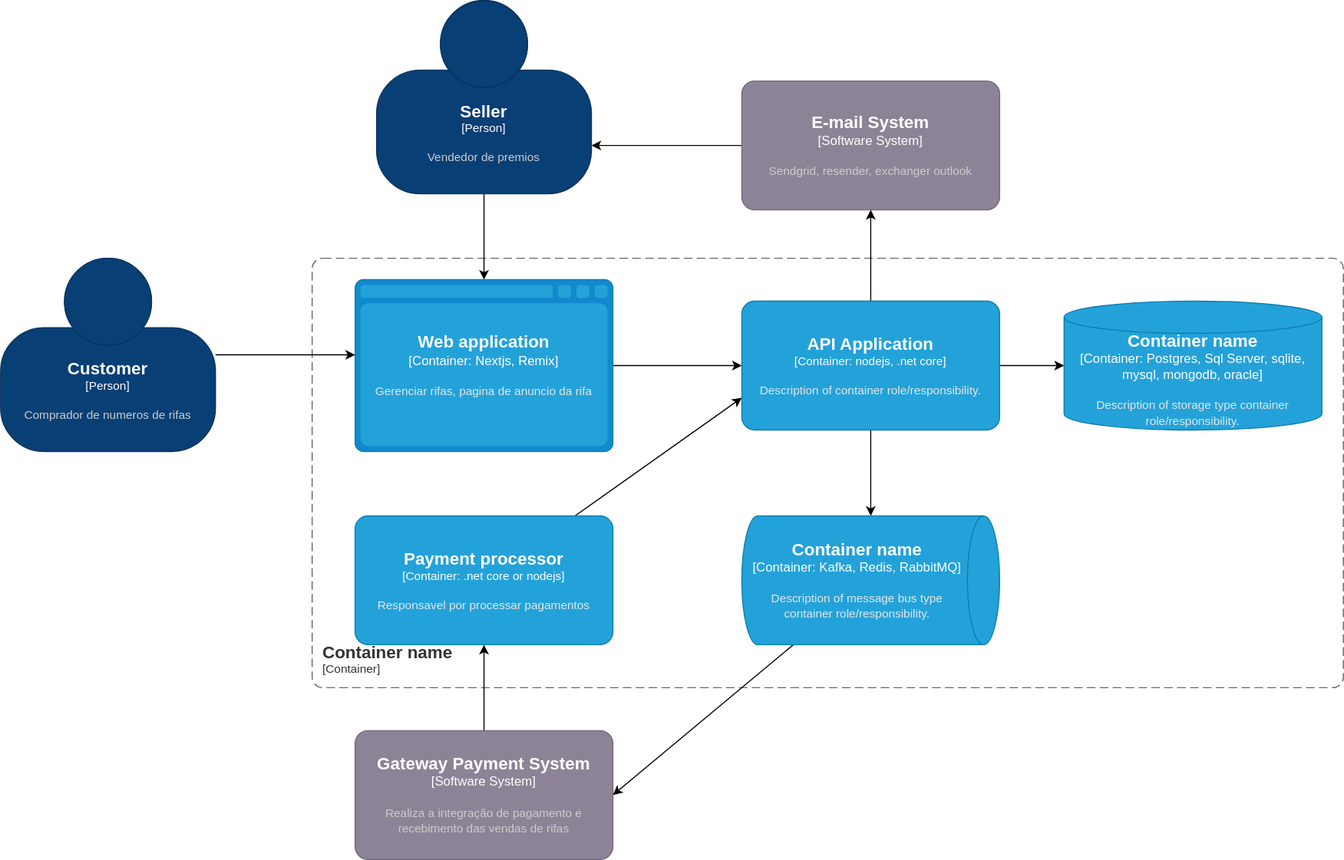
Above: c4.drawio.svg in itorisaias/rifinha (draw.io), before the change. Source tidied: cells renumbered, new cells last; positions are measured from the earlier drawing's top-left corner, leaving out a move shared by most shapes.
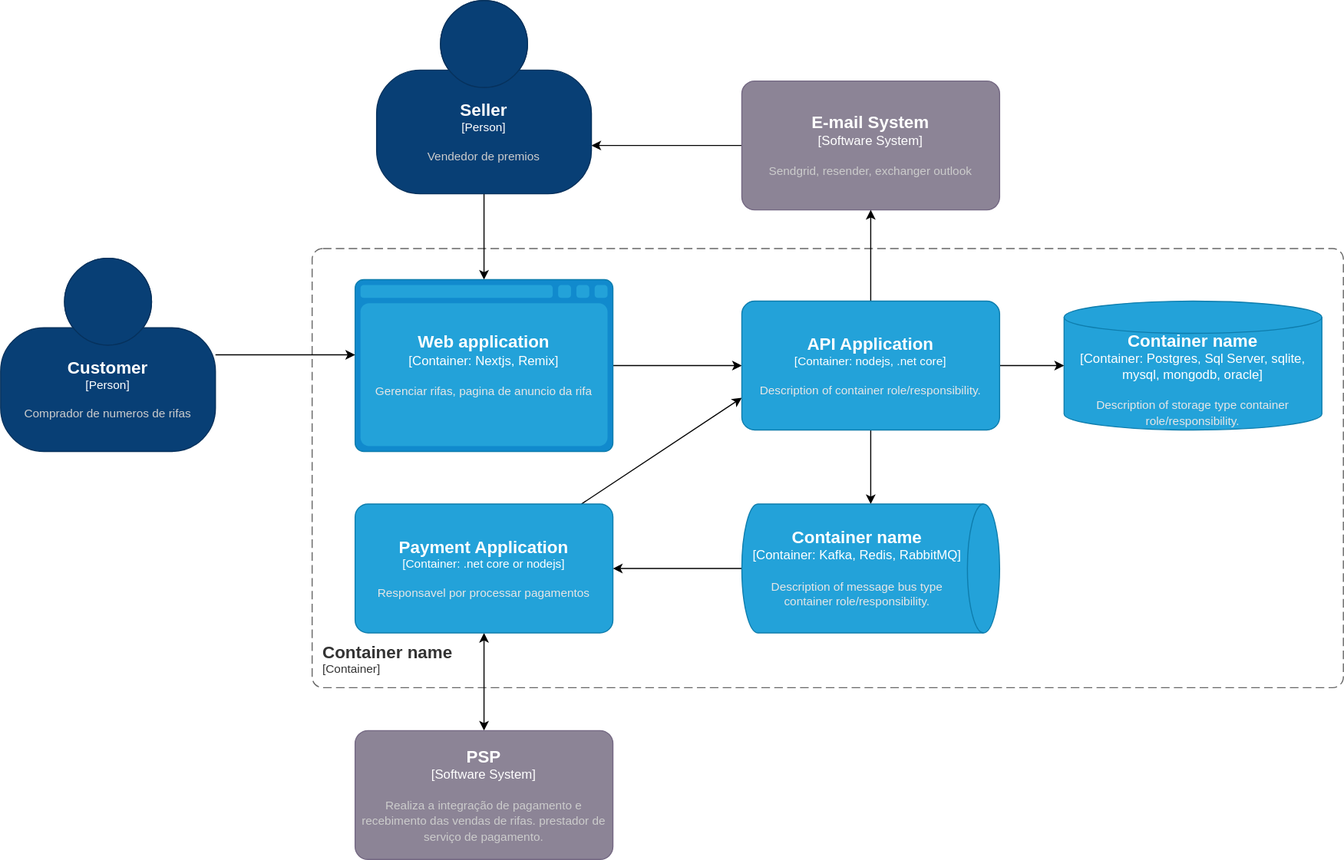
After the change.

The edit, as a diff of the source:
```diff
@@ -4,7 +4,7 @@
     <mxCell id="1" parent="0" />
     <object id="2" label="&lt;font style=&quot;font-size: 16px&quot;&gt;&lt;b&gt;&lt;div style=&quot;text-align: left&quot;&gt;%c4Name%&lt;/div&gt;&lt;/b&gt;&lt;/font&gt;&lt;div style=&quot;text-align: left&quot;&gt;[%c4Application%]&lt;/div&gt;" c4Application="Container" c4Name="Container name" c4Type="ContainerScopeBoundary" placeholders="1">
       <mxCell style="rounded=1;fontSize=11;whiteSpace=wrap;html=1;dashed=1;arcSize=20;fillColor=none;strokeColor=#666666;fontColor=#333333;labelBackgroundColor=none;align=left;verticalAlign=bottom;labelBorderColor=none;spacingTop=0;spacing=10;dashPattern=8 4;perimeter=rectanglePerimeter;noLabel=0;labelPadding=0;absoluteArcSize=1;" parent="1" vertex="1">
-        <mxGeometry x="290" y="240" width="960" height="400" as="geometry" />
+        <mxGeometry x="290" y="231" width="960" height="409" as="geometry" />
       </mxCell>
     </object>
     <mxCell id="3" style="edgeStyle=none;html=1;exitX=0;exitY=0.5;exitDx=0;exitDy=0;exitPerimeter=0;entryX=1;entryY=0.75;entryDx=0;entryDy=0;entryPerimeter=0;startArrow=none;startFill=0;" parent="1" edge="1" source="4" target="9">
@@ -15,10 +15,10 @@
         <mxGeometry x="690" y="75" width="240" height="120" as="geometry" />
       </mxCell>
     </object>
-    <mxCell id="5" style="edgeStyle=none;html=1;entryX=0.5;entryY=1;entryDx=0;entryDy=0;entryPerimeter=0;startArrow=none;startFill=0;" parent="1" edge="1" source="6" target="11">
+    <mxCell id="5" style="edgeStyle=none;html=1;entryX=0.5;entryY=1;entryDx=0;entryDy=0;entryPerimeter=0;startArrow=classic;startFill=1;" parent="1" edge="1" source="6" target="11">
       <mxGeometry relative="1" as="geometry" />
     </mxCell>
-    <object id="6" label="&lt;font style=&quot;font-size: 16px&quot;&gt;&lt;b&gt;%c4Name%&lt;/b&gt;&lt;/font&gt;&lt;div&gt;[%c4Type%]&lt;/div&gt;&lt;br&gt;&lt;div&gt;&lt;font style=&quot;font-size: 11px&quot;&gt;&lt;font color=&quot;#cccccc&quot;&gt;%c4Description%&lt;/font&gt;&lt;/div&gt;" c4Description="Realiza a integração de pagamento e recebimento das vendas de rifas" c4Name="Gateway Payment System" c4Type="Software System" placeholders="1">
+    <object id="6" label="&lt;font style=&quot;font-size: 16px&quot;&gt;&lt;b&gt;%c4Name%&lt;/b&gt;&lt;/font&gt;&lt;div&gt;[%c4Type%]&lt;/div&gt;&lt;br&gt;&lt;div&gt;&lt;font style=&quot;font-size: 11px&quot;&gt;&lt;font color=&quot;#cccccc&quot;&gt;%c4Description%&lt;/font&gt;&lt;/div&gt;" c4Description="Realiza a integração de pagamento e recebimento das vendas de rifas. prestador de serviço de pagamento." c4Name="PSP" c4Type="Software System" placeholders="1">
       <mxCell style="rounded=1;whiteSpace=wrap;html=1;labelBackgroundColor=none;fillColor=#8C8496;fontColor=#ffffff;align=center;arcSize=10;strokeColor=#736782;points=[[0.25,0,0],[0.5,0,0],[0.75,0,0],[1,0.25,0],[1,0.5,0],[1,0.75,0],[0.75,1,0],[0.5,1,0],[0.25,1,0],[0,0.75,0],[0,0.5,0],[0,0.25,0]];" parent="1" vertex="1">
         <mxGeometry x="330" y="680" width="240" height="120" as="geometry" />
       </mxCell>
@@ -39,9 +39,9 @@
     <mxCell id="10" style="edgeStyle=none;html=1;entryX=0;entryY=0.75;entryDx=0;entryDy=0;entryPerimeter=0;startArrow=none;startFill=0;" parent="1" edge="1" source="11" target="17">
       <mxGeometry relative="1" as="geometry" />
     </mxCell>
-    <object id="11" label="&lt;font style=&quot;font-size: 16px&quot;&gt;&lt;b&gt;%c4Name%&lt;/b&gt;&lt;/font&gt;&lt;div&gt;[%c4Type%: %c4Technology%]&lt;/div&gt;&lt;br&gt;&lt;div&gt;&lt;font style=&quot;font-size: 11px&quot;&gt;&lt;font color=&quot;#E6E6E6&quot;&gt;%c4Description%&lt;/font&gt;&lt;/div&gt;" c4Description="Responsavel por processar pagamentos" c4Name="Payment processor" c4Technology=".net core or nodejs" c4Type="Container" placeholders="1">
+    <object id="11" label="&lt;font style=&quot;font-size: 16px&quot;&gt;&lt;b&gt;%c4Name%&lt;/b&gt;&lt;/font&gt;&lt;div&gt;[%c4Type%: %c4Technology%]&lt;/div&gt;&lt;br&gt;&lt;div&gt;&lt;font style=&quot;font-size: 11px&quot;&gt;&lt;font color=&quot;#E6E6E6&quot;&gt;%c4Description%&lt;/font&gt;&lt;/div&gt;" c4Description="Responsavel por processar pagamentos" c4Name="Payment Application" c4Technology=".net core or nodejs" c4Type="Container" placeholders="1">
       <mxCell style="rounded=1;whiteSpace=wrap;html=1;fontSize=11;labelBackgroundColor=none;fillColor=#23A2D9;fontColor=#ffffff;align=center;arcSize=10;strokeColor=#0E7DAD;points=[[0.25,0,0],[0.5,0,0],[0.75,0,0],[1,0.25,0],[1,0.5,0],[1,0.75,0],[0.75,1,0],[0.5,1,0],[0.25,1,0],[0,0.75,0],[0,0.5,0],[0,0.25,0]];" parent="1" vertex="1">
-        <mxGeometry x="330" y="480" width="240" height="120" as="geometry" />
+        <mxGeometry x="330" y="469" width="240" height="120" as="geometry" />
       </mxCell>
     </object>
     <mxCell id="12" style="edgeStyle=none;html=1;exitX=1;exitY=0.5;exitDx=0;exitDy=0;exitPerimeter=0;startArrow=none;startFill=0;entryX=0;entryY=0.5;entryDx=0;entryDy=0;entryPerimeter=0;" parent="1" edge="1" source="13" target="17">
@@ -76,12 +76,12 @@
         <mxGeometry y="240" width="200" height="180" as="geometry" />
       </mxCell>
     </object>
-    <mxCell id="20" style="edgeStyle=none;html=1;entryX=1;entryY=0.5;entryDx=0;entryDy=0;entryPerimeter=0;startArrow=none;startFill=0;" parent="1" edge="1" source="21" target="6">
+    <mxCell id="20" style="edgeStyle=none;html=1;entryX=1;entryY=0.5;entryDx=0;entryDy=0;entryPerimeter=0;startArrow=none;startFill=0;" parent="1" edge="1" source="21" target="11">
       <mxGeometry relative="1" as="geometry" />
     </mxCell>
     <object id="21" label="&lt;font style=&quot;font-size: 16px&quot;&gt;&lt;b&gt;%c4Type%&lt;/b&gt;&lt;/font&gt;&lt;div&gt;[%c4Container%:&amp;nbsp;%c4Technology%]&lt;/div&gt;&lt;br&gt;&lt;div&gt;&lt;font style=&quot;font-size: 11px&quot;&gt;&lt;font color=&quot;#E6E6E6&quot;&gt;%c4Description%&lt;/font&gt;&lt;/div&gt;" c4Container="Container" c4Description="Description of message bus type container role/responsibility." c4Technology="Kafka, Redis, RabbitMQ" c4Type="Container name" placeholders="1">
       <mxCell style="shape=cylinder3;size=15;direction=south;whiteSpace=wrap;html=1;boundedLbl=1;rounded=0;labelBackgroundColor=none;fillColor=#23A2D9;fontSize=12;fontColor=#ffffff;align=center;strokeColor=#0E7DAD;points=[[0.5,0,0],[1,0.25,0],[1,0.5,0],[1,0.75,0],[0.5,1,0],[0,0.75,0],[0,0.5,0],[0,0.25,0]];" parent="1" vertex="1">
-        <mxGeometry x="690" y="480" width="240" height="120" as="geometry" />
+        <mxGeometry x="690" y="469" width="240" height="120" as="geometry" />
       </mxCell>
     </object>
   </root>
```
